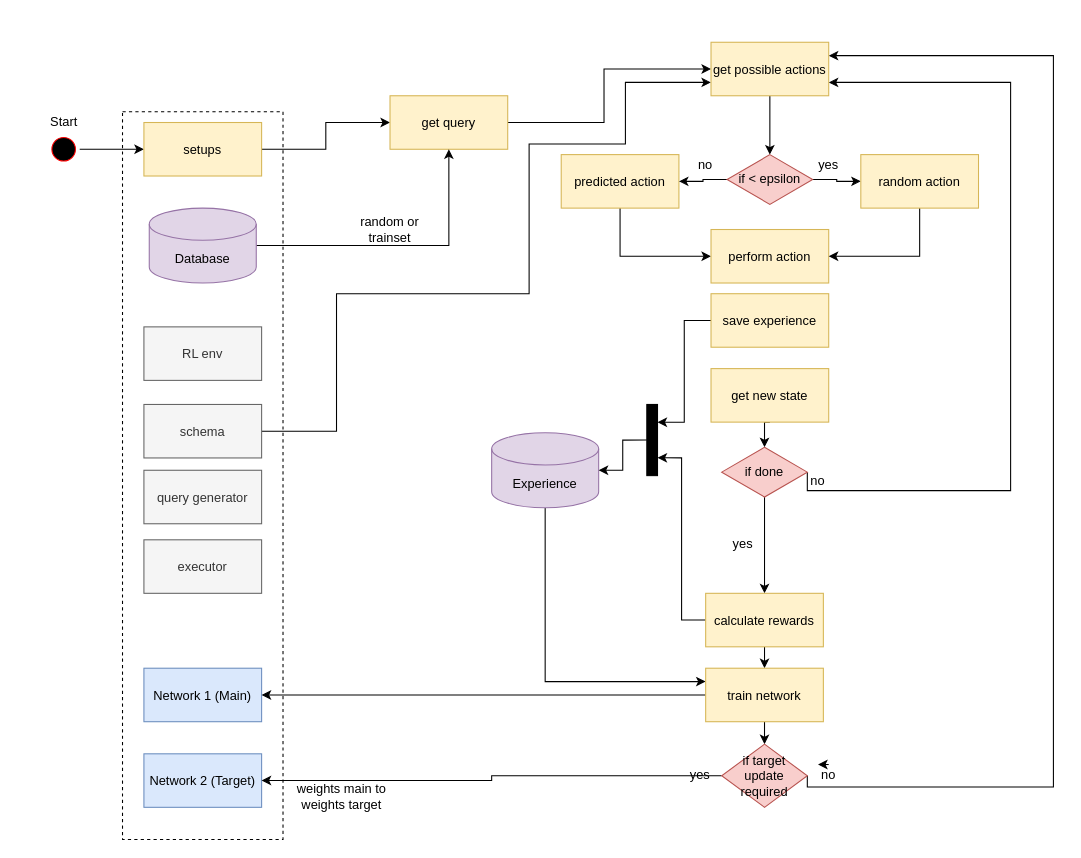
Above: RL_Flow.drawio in dsghrg/releo (draw.io), before the change. Source tidied: cells renumbered, new cells numbered last; positions are measured from the earlier drawing's top-left corner, leaving out a move shared by most shapes. Both pictures are drawn from the tidied source at 107%, with x=0, y=0 at pixel (17, 42).
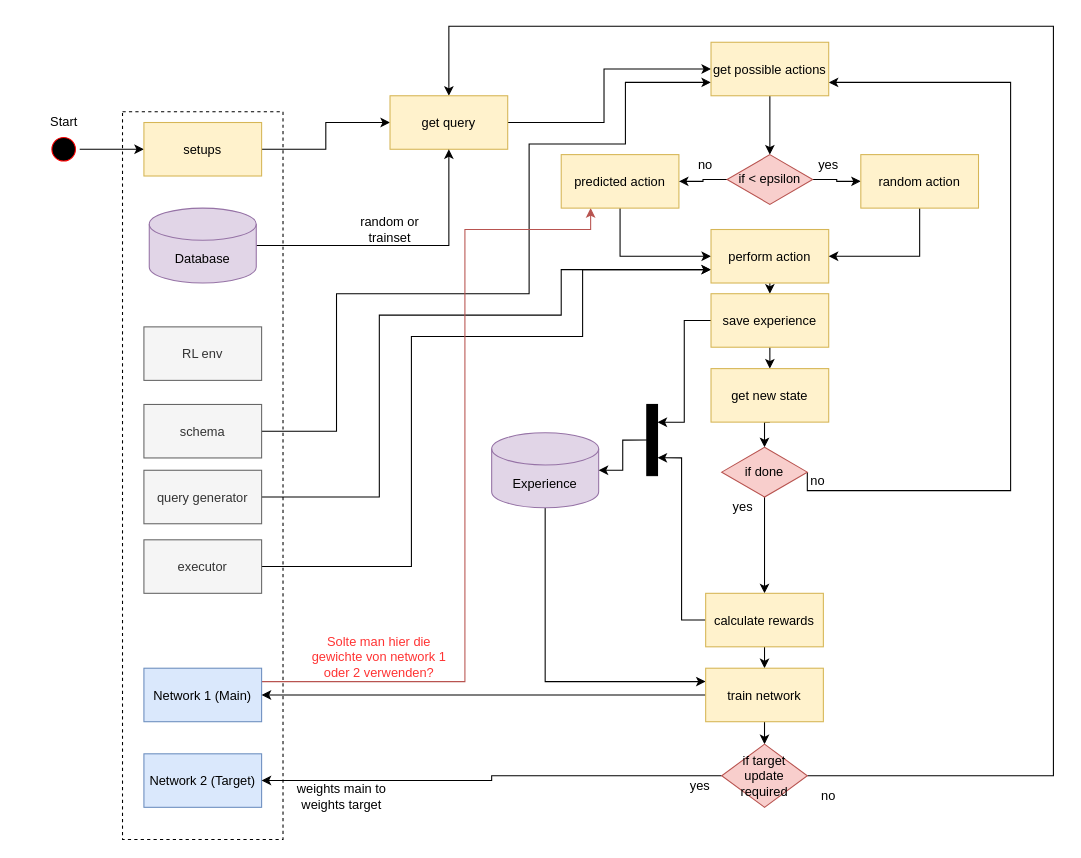
The same diagram, later.

Unchanged cells that the change refers to:
```xml
<mxCell id="11" value="query generator" style="fillColor=#f5f5f5;strokeColor=#666666;fontColor=#333333;" parent="1" vertex="1">
  <mxGeometry x="118" y="400" width="110" height="50" as="geometry" />
</mxCell>
<mxCell id="12" value="executor" style="fillColor=#f5f5f5;strokeColor=#666666;fontColor=#333333;" parent="1" vertex="1">
  <mxGeometry x="118" y="465" width="110" height="50" as="geometry" />
</mxCell>
<mxCell id="13" value="Network 1 (Main)" style="fillColor=#dae8fc;strokeColor=#6c8ebf;" parent="1" vertex="1">
  <mxGeometry x="118" y="585" width="110" height="50" as="geometry" />
</mxCell>
<mxCell id="16" value="predicted action" style="fillColor=#fff2cc;strokeColor=#d6b656;" parent="1" vertex="1">
  <mxGeometry x="508" y="105" width="110" height="50" as="geometry" />
</mxCell>
<mxCell id="17" value="perform action" style="fillColor=#fff2cc;strokeColor=#d6b656;" parent="1" vertex="1">
  <mxGeometry x="648" y="175" width="110" height="50" as="geometry" />
</mxCell>
<mxCell id="21" value="save experience" style="fillColor=#fff2cc;strokeColor=#d6b656;" parent="1" vertex="1">
  <mxGeometry x="648" y="235" width="110" height="50" as="geometry" />
</mxCell>
<mxCell id="23" value="get new state" style="fillColor=#fff2cc;strokeColor=#d6b656;" parent="1" vertex="1">
  <mxGeometry x="648" y="305" width="110" height="50" as="geometry" />
</mxCell>
<mxCell id="39" value="if target update required" style="rhombus;whiteSpace=wrap;html=1;fillColor=#f8cecc;strokeColor=#b85450;" parent="1" vertex="1">
  <mxGeometry x="658" y="656" width="80" height="59" as="geometry" />
</mxCell>
<mxCell id="45" value="get query" style="fillColor=#fff2cc;strokeColor=#d6b656;" parent="1" vertex="1">
  <mxGeometry x="348" y="50" width="110" height="50" as="geometry" />
</mxCell>
<mxCell id="47" value="get possible actions" style="fillColor=#fff2cc;strokeColor=#d6b656;" parent="1" vertex="1">
  <mxGeometry x="648" width="110" height="50" as="geometry" />
</mxCell>
```

What changed in the source:
```diff
@@
+    <mxCell id="58" style="edgeStyle=orthogonalEdgeStyle;rounded=0;jettySize=auto;html=1;exitX=1;exitY=0.5;exitDx=0;exitDy=0;entryX=0;entryY=0.75;entryDx=0;entryDy=0;" parent="1" edge="1" source="11" target="17">
+      <mxGeometry relative="1" as="geometry">
+        <Array as="points">
+          <mxPoint x="338" y="425" />
+          <mxPoint x="338" y="255" />
+          <mxPoint x="508" y="255" />
+          <mxPoint x="508" y="213" />
+        </Array>
+      </mxGeometry>
+    </mxCell>
@@
+    <mxCell id="59" style="edgeStyle=orthogonalEdgeStyle;rounded=0;jettySize=auto;html=1;exitX=1;exitY=0.5;exitDx=0;exitDy=0;entryX=0;entryY=0.75;entryDx=0;entryDy=0;" parent="1" edge="1" source="12" target="17">
+      <mxGeometry relative="1" as="geometry">
+        <Array as="points">
+          <mxPoint x="368" y="490" />
+          <mxPoint x="368" y="275" />
+          <mxPoint x="528" y="275" />
+          <mxPoint x="528" y="213" />
+        </Array>
+      </mxGeometry>
+    </mxCell>
@@
+    <mxCell id="60" style="edgeStyle=orthogonalEdgeStyle;rounded=0;jettySize=auto;html=1;exitX=1;exitY=0.25;exitDx=0;exitDy=0;entryX=0.25;entryY=1;entryDx=0;entryDy=0;fillColor=#f8cecc;strokeColor=#b85450;" parent="1" edge="1" source="13" target="16">
+      <mxGeometry relative="1" as="geometry">
+        <Array as="points">
+          <mxPoint x="418" y="598" />
+          <mxPoint x="418" y="175" />
+          <mxPoint x="536" y="175" />
+        </Array>
+      </mxGeometry>
+    </mxCell>
@@
+    <mxCell id="61" style="edgeStyle=orthogonalEdgeStyle;rounded=0;jettySize=auto;html=1;exitX=0.5;exitY=1;exitDx=0;exitDy=0;entryX=0.5;entryY=0;entryDx=0;entryDy=0;" parent="1" edge="1" source="17" target="21">
+      <mxGeometry relative="1" as="geometry" />
+    </mxCell>
@@
+    <mxCell id="62" style="edgeStyle=orthogonalEdgeStyle;rounded=0;jettySize=auto;html=1;exitX=0.5;exitY=1;exitDx=0;exitDy=0;entryX=0.5;entryY=0;entryDx=0;entryDy=0;" parent="1" edge="1" source="21" target="23">
+      <mxGeometry relative="1" as="geometry" />
+    </mxCell>
@@
     <mxCell id="28" value="yes" style="text;html=1;strokeColor=none;fillColor=none;align=center;verticalAlign=middle;whiteSpace=wrap;rounded=0;" parent="1" vertex="1">
-      <mxGeometry x="658" y="458.5" width="40" height="20" as="geometry" />
+      <mxGeometry x="658" y="425" width="40" height="20" as="geometry" />
     </mxCell>
@@
-    <mxCell id="38" style="edgeStyle=orthogonalEdgeStyle;rounded=0;jettySize=auto;html=1;exitX=1;exitY=0.5;exitDx=0;exitDy=0;entryX=1;entryY=0.25;entryDx=0;entryDy=0;" parent="1" edge="1" source="39" target="47">
+    <mxCell id="38" style="edgeStyle=orthogonalEdgeStyle;rounded=0;jettySize=auto;html=1;exitX=1;exitY=0.5;exitDx=0;exitDy=0;entryX=0.5;entryY=0;entryDx=0;entryDy=0;" parent="1" edge="1" source="39" target="45">
       <mxGeometry relative="1" as="geometry">
         <Array as="points">
-          <mxPoint x="738" y="696" />
-          <mxPoint x="968" y="696" />
-          <mxPoint x="968" y="13" />
+          <mxPoint x="968" y="686" />
+          <mxPoint x="968" y="-15" />
+          <mxPoint x="403" y="-15" />
         </Array>
       </mxGeometry>
     </mxCell>
@@
     <mxCell id="40" value="yes" style="text;html=1;strokeColor=none;fillColor=none;align=center;verticalAlign=middle;whiteSpace=wrap;rounded=0;dashed=1;" parent="1" vertex="1">
-      <mxGeometry x="618" y="675" width="40" height="20" as="geometry" />
+      <mxGeometry x="618" y="685" width="40" height="20" as="geometry" />
     </mxCell>
@@
     <mxCell id="42" value="no" style="text;html=1;strokeColor=none;fillColor=none;align=center;verticalAlign=middle;whiteSpace=wrap;rounded=0;dashed=1;" parent="1" vertex="1">
-      <mxGeometry x="738" y="675" width="40" height="20" as="geometry" />
+      <mxGeometry x="738" y="695" width="40" height="20" as="geometry" />
     </mxCell>
-    <mxCell id="43" style="edgeStyle=orthogonalEdgeStyle;rounded=0;orthogonalLoop=1;jettySize=auto;html=1;exitX=0.5;exitY=0;exitDx=0;exitDy=0;entryX=0.25;entryY=0;entryDx=0;entryDy=0;" parent="1" edge="1" source="42" target="42">
-      <mxGeometry relative="1" as="geometry" />
-    </mxCell>
@@
+    <mxCell id="63" value="Solte man hier die gewichte von network 1 oder 2 verwenden?" style="text;html=1;strokeColor=none;fillColor=none;align=center;verticalAlign=middle;whiteSpace=wrap;rounded=0;dashed=1;fontColor=#FF3333;" parent="1" vertex="1">
+      <mxGeometry x="268" y="565" width="140" height="20" as="geometry" />
+    </mxCell>
```
